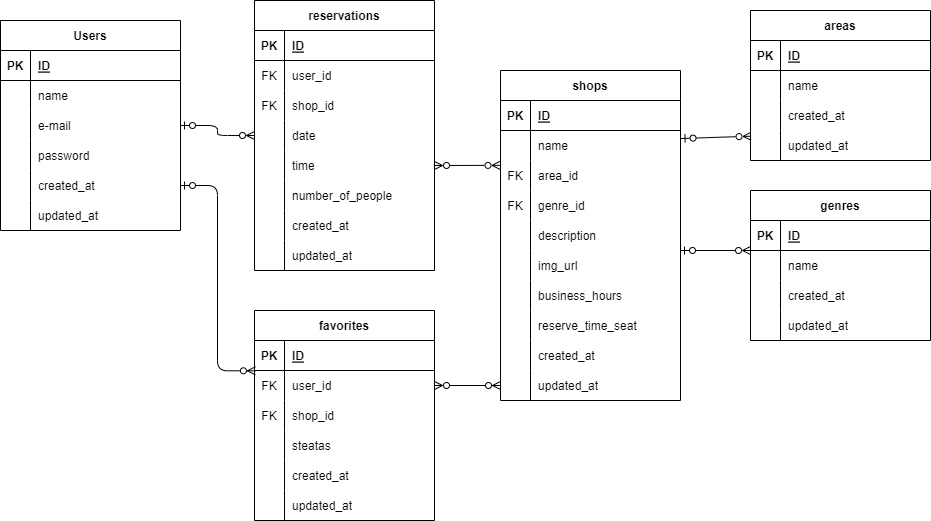
Earlier version of the draw.io export ER.drawio.png (yuriF5/advance). Source tidied: cells renumbered, new cells last; positions are measured from the earlier drawing's top-left corner, leaving out a move shared by most shapes.
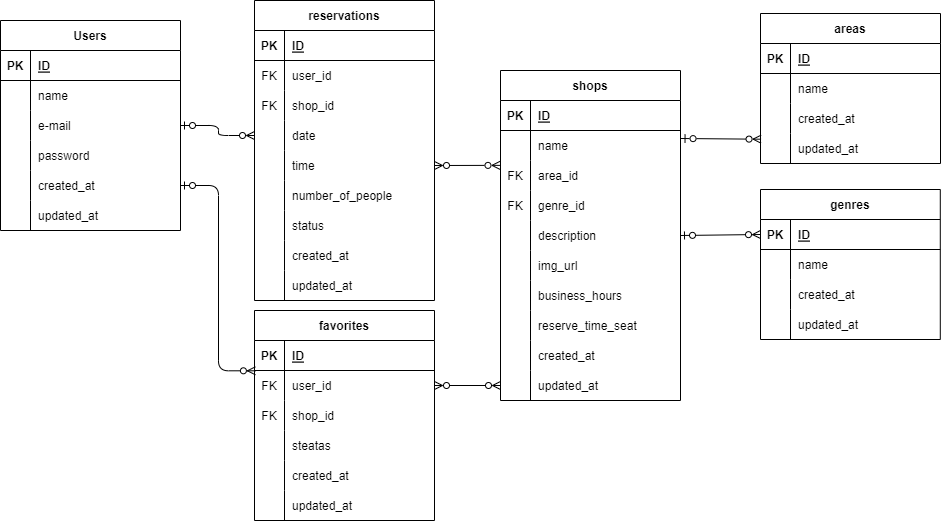
Later version of the same file.

Change to the diagram source:
```diff
@@ -60,7 +60,7 @@
       <mxGeometry x="30" width="150" height="30" as="geometry" />
     </mxCell>
     <mxCell id="21" value="reservations" style="shape=table;startSize=30;rowLines=0;fontStyle=1;align=center;" parent="1" vertex="1">
-      <mxGeometry x="254" width="180" height="270" as="geometry" />
+      <mxGeometry x="254" width="180" height="300" as="geometry" />
     </mxCell>
     <mxCell id="22" style="shape=tableRow;horizontal=0;startSize=0;swimlaneHead=0;swimlaneBody=0;fillColor=none;top=0;left=0;right=0;bottom=1;" parent="21" vertex="1">
       <mxGeometry y="30" width="180" height="30" as="geometry" />
@@ -116,8 +116,17 @@
     <mxCell id="39" value="number_of_people" style="shape=partialRectangle;fillColor=none;top=0;left=0;bottom=0;right=0;align=left;spacingLeft=6;overflow=hidden;" parent="37" vertex="1">
       <mxGeometry x="30" width="150" height="30" as="geometry" />
     </mxCell>
+    <mxCell id="128" style="shape=tableRow;horizontal=0;startSize=0;swimlaneHead=0;swimlaneBody=0;fillColor=none;top=0;left=0;right=0;bottom=0;" parent="21" vertex="1">
+      <mxGeometry y="210" width="180" height="30" as="geometry" />
+    </mxCell>
+    <mxCell id="129" style="shape=partialRectangle;fillColor=none;top=0;left=0;bottom=0;right=0;overflow=hidden;" parent="128" vertex="1">
+      <mxGeometry width="30" height="30" as="geometry" />
+    </mxCell>
+    <mxCell id="130" value="status" style="shape=partialRectangle;fillColor=none;top=0;left=0;bottom=0;right=0;align=left;spacingLeft=6;overflow=hidden;" parent="128" vertex="1">
+      <mxGeometry x="30" width="150" height="30" as="geometry" />
+    </mxCell>
     <mxCell id="40" style="shape=tableRow;horizontal=0;startSize=0;swimlaneHead=0;swimlaneBody=0;fillColor=none;top=0;left=0;right=0;bottom=0;" parent="21" vertex="1">
-      <mxGeometry y="210" width="180" height="30" as="geometry" />
+      <mxGeometry y="240" width="180" height="30" as="geometry" />
     </mxCell>
     <mxCell id="41" style="shape=partialRectangle;fillColor=none;top=0;left=0;bottom=0;right=0;overflow=hidden;" parent="40" vertex="1">
       <mxGeometry width="30" height="30" as="geometry" />
@@ -126,7 +135,7 @@
       <mxGeometry x="30" width="150" height="30" as="geometry" />
     </mxCell>
     <mxCell id="43" style="shape=tableRow;horizontal=0;startSize=0;swimlaneHead=0;swimlaneBody=0;fillColor=none;top=0;left=0;right=0;bottom=0;" parent="21" vertex="1">
-      <mxGeometry y="240" width="180" height="30" as="geometry" />
+      <mxGeometry y="270" width="180" height="30" as="geometry" />
     </mxCell>
     <mxCell id="44" style="shape=partialRectangle;fillColor=none;top=0;left=0;bottom=0;right=0;overflow=hidden;" parent="43" vertex="1">
       <mxGeometry width="30" height="30" as="geometry" />
@@ -285,7 +294,7 @@
       <mxGeometry x="30" width="150" height="30" as="geometry" />
     </mxCell>
     <mxCell id="96" value="areas" style="shape=table;startSize=30;rowLines=0;fontStyle=1;align=center;" parent="1" vertex="1">
-      <mxGeometry x="750" y="10" width="180" height="150" as="geometry" />
+      <mxGeometry x="760" y="13" width="180" height="150" as="geometry" />
     </mxCell>
     <mxCell id="97" style="shape=tableRow;horizontal=0;startSize=0;swimlaneHead=0;swimlaneBody=0;fillColor=none;top=0;left=0;right=0;bottom=1;" parent="96" vertex="1">
       <mxGeometry y="30" width="180" height="30" as="geometry" />
@@ -324,52 +333,49 @@
       <mxGeometry x="30" width="150" height="30" as="geometry" />
     </mxCell>
     <mxCell id="109" value="genres" style="shape=table;startSize=30;rowLines=0;fontStyle=1;align=center;" parent="1" vertex="1">
-      <mxGeometry x="750" y="190" width="180" height="150" as="geometry" />
+      <mxGeometry x="760" y="189" width="179.8" height="150" as="geometry" />
     </mxCell>
     <mxCell id="110" style="shape=tableRow;horizontal=0;startSize=0;swimlaneHead=0;swimlaneBody=0;fillColor=none;points=[[0,0.5],[1,0.5]];portConstraint=eastwest;top=0;left=0;right=0;bottom=1;" parent="109" vertex="1">
-      <mxGeometry y="30" width="180" height="30" as="geometry" />
+      <mxGeometry y="30" width="179.8" height="30" as="geometry" />
     </mxCell>
     <mxCell id="111" value="PK" style="shape=partialRectangle;fillColor=none;top=0;left=0;bottom=0;right=0;fontStyle=1;overflow=hidden;" parent="110" vertex="1">
       <mxGeometry width="30" height="30" as="geometry" />
     </mxCell>
     <mxCell id="112" value="ID" style="shape=partialRectangle;fillColor=none;top=0;left=0;bottom=0;right=0;align=left;spacingLeft=6;fontStyle=5;overflow=hidden;" parent="110" vertex="1">
-      <mxGeometry x="30" width="150" height="30" as="geometry" />
+      <mxGeometry x="30" width="149.8" height="30" as="geometry" />
     </mxCell>
     <mxCell id="113" style="shape=tableRow;horizontal=0;startSize=0;swimlaneHead=0;swimlaneBody=0;fillColor=none;top=0;left=0;right=0;bottom=0;" parent="109" vertex="1">
-      <mxGeometry y="60" width="180" height="30" as="geometry" />
+      <mxGeometry y="60" width="179.8" height="30" as="geometry" />
     </mxCell>
     <mxCell id="114" style="shape=partialRectangle;fillColor=none;top=0;left=0;bottom=0;right=0;overflow=hidden;" parent="113" vertex="1">
       <mxGeometry width="30" height="30" as="geometry" />
     </mxCell>
     <mxCell id="115" value="name" style="shape=partialRectangle;fillColor=none;top=0;left=0;bottom=0;right=0;align=left;spacingLeft=6;overflow=hidden;" parent="113" vertex="1">
-      <mxGeometry x="30" width="150" height="30" as="geometry" />
+      <mxGeometry x="30" width="149.8" height="30" as="geometry" />
     </mxCell>
     <mxCell id="116" style="shape=tableRow;horizontal=0;startSize=0;swimlaneHead=0;swimlaneBody=0;fillColor=none;top=0;left=0;right=0;bottom=0;" parent="109" vertex="1">
-      <mxGeometry y="90" width="180" height="30" as="geometry" />
+      <mxGeometry y="90" width="179.8" height="30" as="geometry" />
     </mxCell>
     <mxCell id="117" style="shape=partialRectangle;fillColor=none;top=0;left=0;bottom=0;right=0;overflow=hidden;" parent="116" vertex="1">
       <mxGeometry width="30" height="30" as="geometry" />
     </mxCell>
     <mxCell id="118" value="created_at" style="shape=partialRectangle;fillColor=none;top=0;left=0;bottom=0;right=0;align=left;spacingLeft=6;overflow=hidden;" parent="116" vertex="1">
-      <mxGeometry x="30" width="150" height="30" as="geometry" />
+      <mxGeometry x="30" width="149.8" height="30" as="geometry" />
     </mxCell>
     <mxCell id="119" style="shape=tableRow;horizontal=0;startSize=0;swimlaneHead=0;swimlaneBody=0;fillColor=none;top=0;left=0;right=0;bottom=0;" parent="109" vertex="1">
-      <mxGeometry y="120" width="180" height="30" as="geometry" />
+      <mxGeometry y="120" width="179.8" height="30" as="geometry" />
     </mxCell>
     <mxCell id="120" style="shape=partialRectangle;fillColor=none;top=0;left=0;bottom=0;right=0;overflow=hidden;" parent="119" vertex="1">
       <mxGeometry width="30" height="30" as="geometry" />
     </mxCell>
     <mxCell id="121" value="updated_at" style="shape=partialRectangle;fillColor=none;top=0;left=0;bottom=0;right=0;align=left;spacingLeft=6;overflow=hidden;" parent="119" vertex="1">
-      <mxGeometry x="30" width="150" height="30" as="geometry" />
+      <mxGeometry x="30" width="149.8" height="30" as="geometry" />
     </mxCell>
     <mxCell id="122" style="html=1;exitX=1.003;exitY=0.267;exitDx=0;exitDy=0;fontFamily=Helvetica;fontSize=12;fontColor=default;endArrow=ERzeroToMany;endFill=0;startArrow=ERzeroToOne;startFill=0;entryX=0.003;entryY=0.19;entryDx=0;entryDy=0;exitPerimeter=0;entryPerimeter=0;" parent="1" edge="1" source="69" target="106">
       <mxGeometry relative="1" as="geometry" />
     </mxCell>
-    <mxCell id="123" style="html=1;fontFamily=Helvetica;fontSize=12;fontColor=default;endArrow=ERzeroToMany;endFill=0;startArrow=ERzeroToOne;startFill=0;entryX=0;entryY=0.5;entryDx=0;entryDy=0;" parent="1" edge="1">
-      <mxGeometry relative="1" as="geometry">
-        <mxPoint x="680" y="250" as="sourcePoint" />
-        <mxPoint x="750" y="250" as="targetPoint" />
-      </mxGeometry>
+    <mxCell id="123" style="html=1;fontFamily=Helvetica;fontSize=12;fontColor=default;endArrow=ERzeroToMany;endFill=0;startArrow=ERzeroToOne;startFill=0;entryX=0;entryY=0.5;entryDx=0;entryDy=0;exitX=1;exitY=0.5;exitDx=0;exitDy=0;" parent="1" edge="1" source="78" target="110">
+      <mxGeometry relative="1" as="geometry" />
     </mxCell>
     <mxCell id="124" style="edgeStyle=elbowEdgeStyle;html=1;exitX=1;exitY=0.5;exitDx=0;exitDy=0;entryX=0;entryY=0.5;entryDx=0;entryDy=0;fontFamily=Helvetica;fontSize=12;fontColor=default;startArrow=ERzeroToOne;startFill=0;endArrow=ERzeroToMany;endFill=0;" parent="1" edge="1" source="9" target="31">
       <mxGeometry relative="1" as="geometry" />
```
